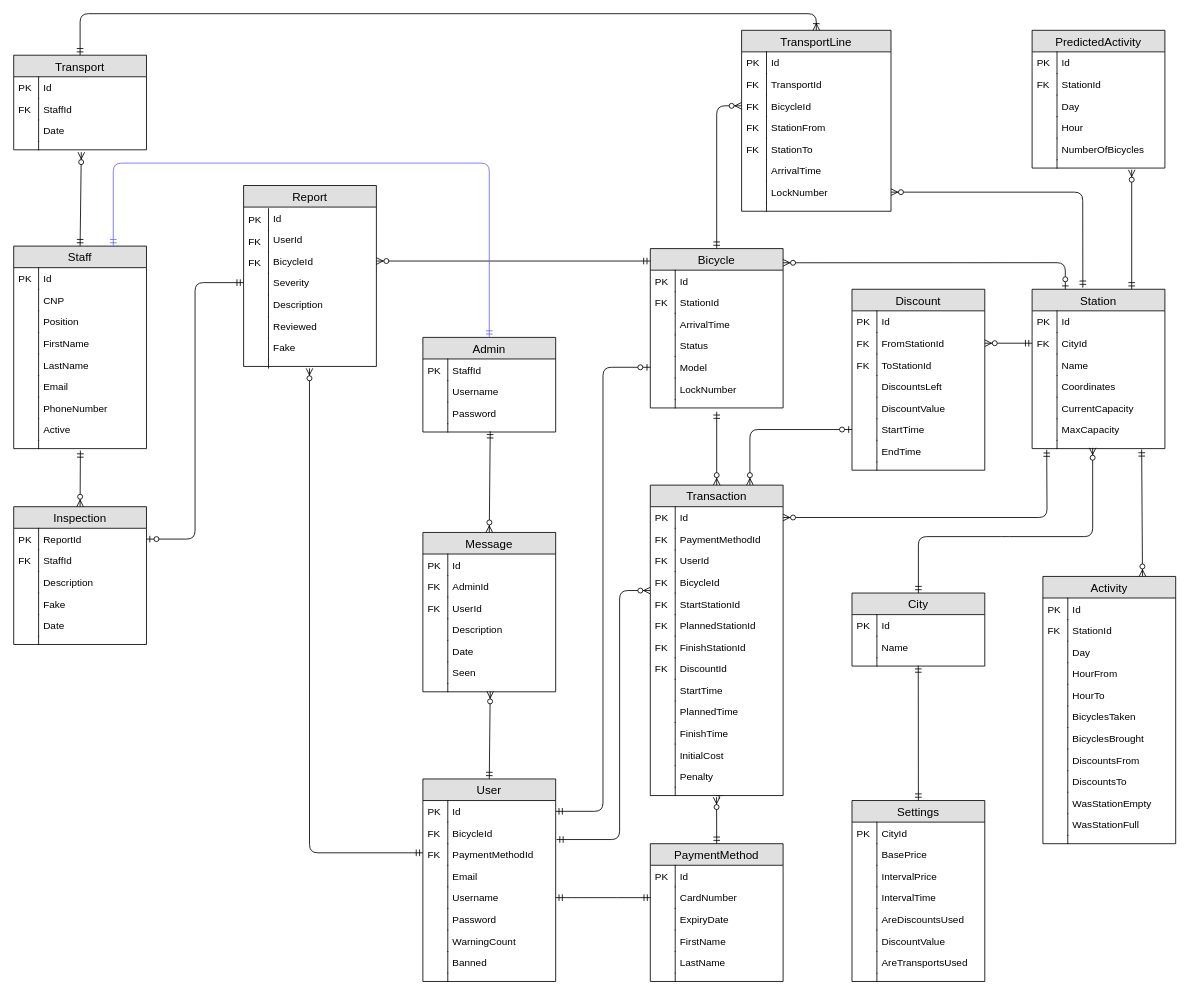
Earlier version of the draw.io diagram Documentation/Database/Diagrams/Database Diagram.drawio (Tiberiu-Cocei/Licenta). Source tidied: cells renumbered, new cells numbered last; positions are measured from the earlier drawing's top-left corner, leaving out a move shared by most shapes. Both pictures are drawn from the tidied source at 83%, with x=0, y=0 at pixel (13, 13).
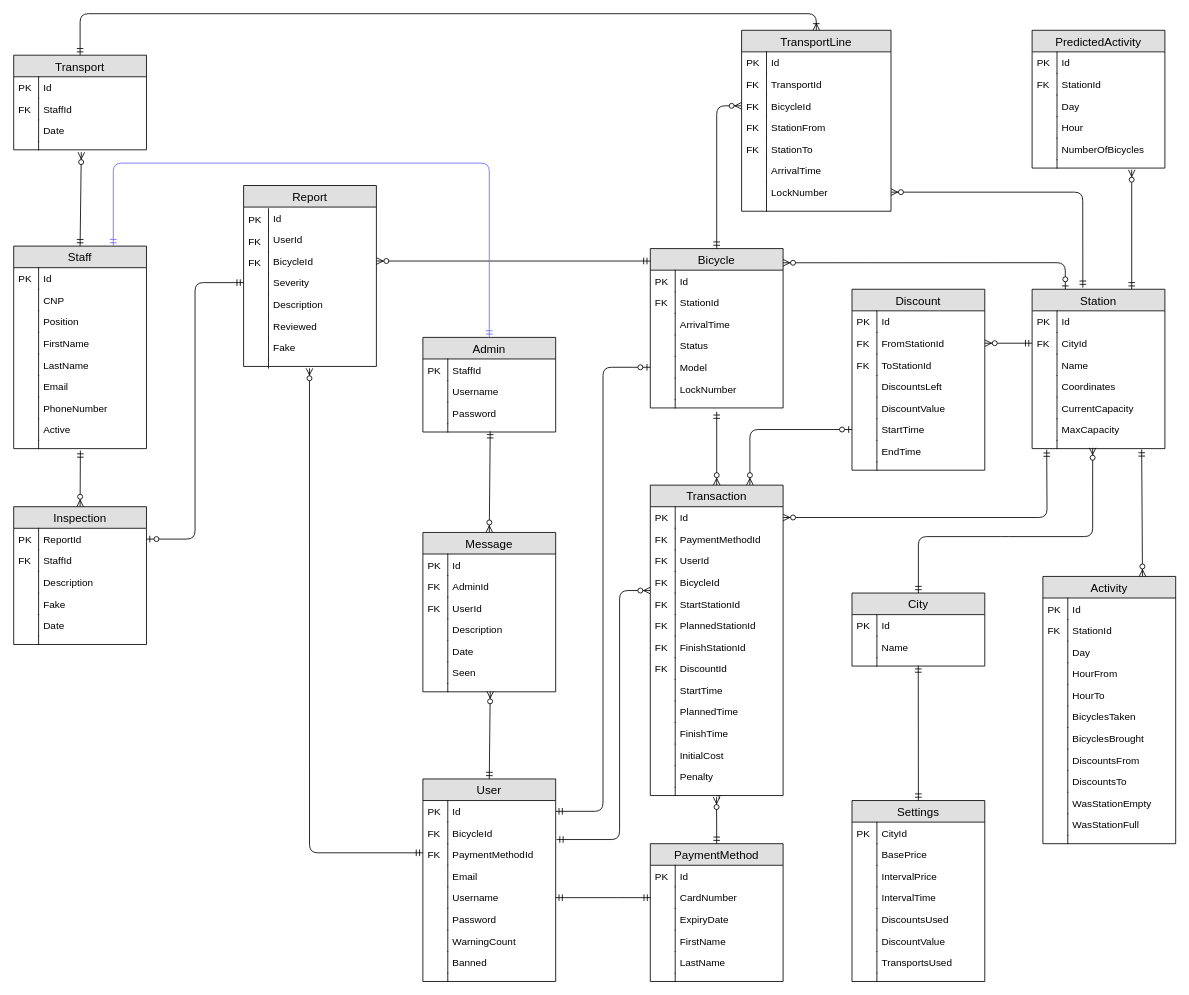
The same diagram, later.

The change refers to these unchanged cells:
```xml
<mxCell id="179" value="Settings" style="swimlane;fontStyle=0;horizontal=1;startSize=26;fillColor=#e0e0e0;swimlaneFillColor=#ffffff;align=center;fontSize=14;" parent="1" vertex="1">
  <mxGeometry x="1010" y="948" width="160" height="218" as="geometry" />
</mxCell>
```

Change to the diagram source:
```diff
@@
-    <mxCell id="188" value="AreDiscountsUsed" style="shape=partialRectangle;top=0;left=0;right=0;bottom=0;align=left;verticalAlign=top;fillColor=none;spacingLeft=34;spacingRight=4;overflow=hidden;fontSize=12;" parent="179" vertex="1">
+    <mxCell id="188" value="DiscountsUsed" style="shape=partialRectangle;top=0;left=0;right=0;bottom=0;align=left;verticalAlign=top;fillColor=none;spacingLeft=34;spacingRight=4;overflow=hidden;fontSize=12;" parent="179" vertex="1">
       <mxGeometry y="130" width="160" height="26" as="geometry" />
     </mxCell>
@@
-    <mxCell id="192" value="AreTransportsUsed" style="shape=partialRectangle;top=0;left=0;right=0;bottom=0;align=left;verticalAlign=top;fillColor=none;spacingLeft=34;spacingRight=4;overflow=hidden;fontSize=12;" parent="179" vertex="1">
+    <mxCell id="192" value="TransportsUsed" style="shape=partialRectangle;top=0;left=0;right=0;bottom=0;align=left;verticalAlign=top;fillColor=none;spacingLeft=34;spacingRight=4;overflow=hidden;fontSize=12;" parent="179" vertex="1">
       <mxGeometry y="182" width="160" height="26" as="geometry" />
     </mxCell>
```
